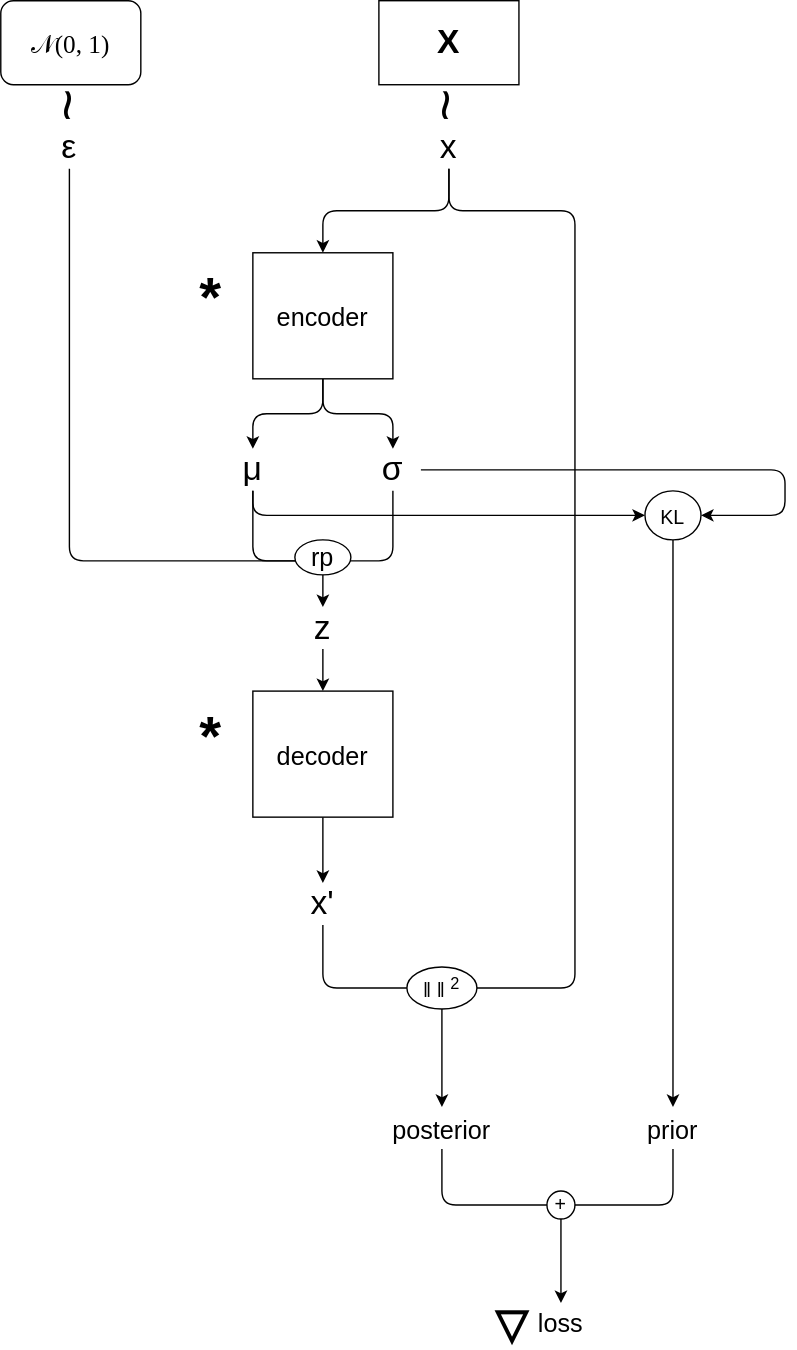
The draw.io diagram source/images/diagram-vae.drawio.svg in k-l-lambda/k-l-lambda.github.io, before a commit. Source tidied: cells renumbered, new cells last; positions are measured from the earlier drawing's top-left corner, leaving out a move shared by most shapes.
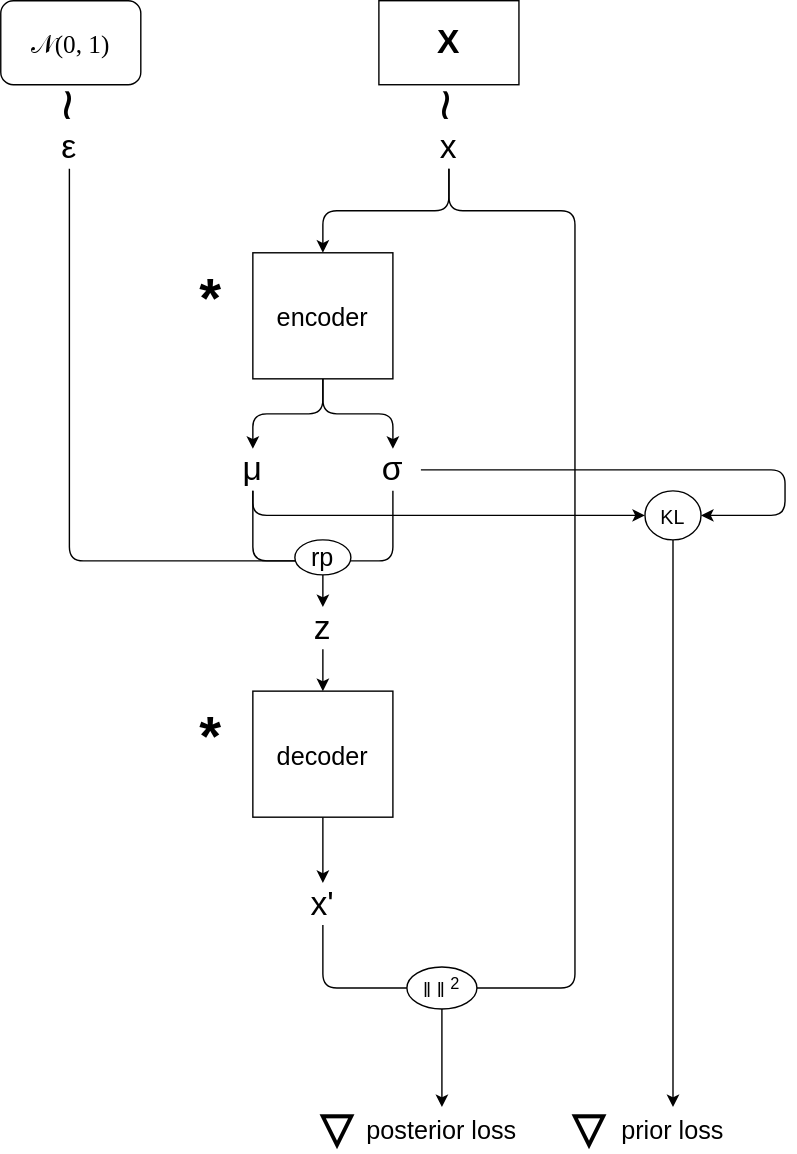
The same file after the commit.

The edit, as a diff of the source:
```diff
@@ -103,30 +103,15 @@
     <mxCell id="27" value="‖&amp;nbsp;‖&lt;sup&gt;2&lt;/sup&gt;" style="ellipse;whiteSpace=wrap;html=1;fontSize=14;" parent="1" vertex="1">
       <mxGeometry x="290" y="690" width="50" height="30" as="geometry" />
     </mxCell>
-    <mxCell id="28" style="edgeStyle=orthogonalEdgeStyle;html=1;exitX=0.5;exitY=1;exitDx=0;exitDy=0;entryX=0;entryY=0.5;entryDx=0;entryDy=0;fontSize=18;endArrow=none;endFill=0;" parent="1" edge="1" source="29" target="33">
-      <mxGeometry relative="1" as="geometry" />
-    </mxCell>
-    <mxCell id="29" value="&lt;font style=&quot;font-size: 18px;&quot;&gt;posterior&lt;/font&gt;" style="text;strokeColor=none;align=center;fillColor=none;html=1;verticalAlign=middle;whiteSpace=wrap;rounded=0;fontSize=24;" parent="1" vertex="1">
-      <mxGeometry x="285" y="790" width="60" height="30" as="geometry" />
+    <mxCell id="29" value="&lt;font style=&quot;font-size: 18px;&quot;&gt;posterior loss&lt;/font&gt;" style="text;strokeColor=none;align=center;fillColor=none;html=1;verticalAlign=middle;whiteSpace=wrap;rounded=0;fontSize=24;" parent="1" vertex="1">
+      <mxGeometry x="230" y="790" width="170" height="30" as="geometry" />
     </mxCell>
-    <mxCell id="30" style="edgeStyle=orthogonalEdgeStyle;html=1;exitX=0.5;exitY=1;exitDx=0;exitDy=0;entryX=1;entryY=0.5;entryDx=0;entryDy=0;fontSize=18;endArrow=none;endFill=0;" parent="1" edge="1" source="31" target="33">
-      <mxGeometry relative="1" as="geometry" />
-    </mxCell>
-    <mxCell id="31" value="&lt;font style=&quot;font-size: 18px;&quot;&gt;prior&lt;/font&gt;" style="text;strokeColor=none;align=center;fillColor=none;html=1;verticalAlign=middle;whiteSpace=wrap;rounded=0;fontSize=24;" parent="1" vertex="1">
-      <mxGeometry x="450" y="790" width="60" height="30" as="geometry" />
+    <mxCell id="31" value="&lt;font style=&quot;font-size: 18px;&quot;&gt;prior loss&lt;/font&gt;" style="text;strokeColor=none;align=center;fillColor=none;html=1;verticalAlign=middle;whiteSpace=wrap;rounded=0;fontSize=24;" parent="1" vertex="1">
+      <mxGeometry x="430" y="790" width="100" height="30" as="geometry" />
     </mxCell>
-    <mxCell id="32" style="edgeStyle=orthogonalEdgeStyle;html=1;exitX=0.5;exitY=1;exitDx=0;exitDy=0;entryX=0.5;entryY=0;entryDx=0;entryDy=0;fontSize=18;endArrow=classic;endFill=1;" parent="1" edge="1" source="33" target="35">
-      <mxGeometry relative="1" as="geometry" />
-    </mxCell>
-    <mxCell id="33" value="+" style="ellipse;whiteSpace=wrap;html=1;fontSize=14;" parent="1" vertex="1">
-      <mxGeometry x="390" y="850" width="20" height="20" as="geometry" />
-    </mxCell>
     <mxCell id="34" value="&lt;b style=&quot;font-size: 30px;&quot;&gt;▽&lt;/b&gt;" style="text;strokeColor=none;align=center;fillColor=none;html=1;verticalAlign=middle;whiteSpace=wrap;rounded=0;fontSize=30;" parent="1" vertex="1">
-      <mxGeometry x="345" y="930" width="40" height="30" as="geometry" />
+      <mxGeometry x="220" y="790" width="40" height="30" as="geometry" />
     </mxCell>
-    <mxCell id="35" value="loss" style="text;strokeColor=none;align=center;fillColor=none;html=1;verticalAlign=middle;whiteSpace=wrap;rounded=0;fontSize=18;" parent="1" vertex="1">
-      <mxGeometry x="370" y="930" width="60" height="30" as="geometry" />
-    </mxCell>
     <mxCell id="36" value="&lt;b&gt;*&lt;/b&gt;" style="text;strokeColor=none;align=center;fillColor=none;html=1;verticalAlign=middle;whiteSpace=wrap;rounded=0;fontSize=40;" parent="1" vertex="1">
       <mxGeometry x="120" y="200" width="60" height="22.5" as="geometry" />
     </mxCell>
@@ -162,5 +147,8 @@
     <mxCell id="45" value="rp" style="ellipse;whiteSpace=wrap;html=1;fontSize=18;" parent="1" vertex="1">
       <mxGeometry x="210" y="385" width="40" height="25" as="geometry" />
     </mxCell>
+    <mxCell id="46" value="&lt;b style=&quot;font-size: 30px;&quot;&gt;▽&lt;/b&gt;" style="text;strokeColor=none;align=center;fillColor=none;html=1;verticalAlign=middle;whiteSpace=wrap;rounded=0;fontSize=30;" parent="1" vertex="1">
+      <mxGeometry x="400" y="790" width="40" height="30" as="geometry" />
+    </mxCell>
   </root>
 </mxGraphModel>
```
